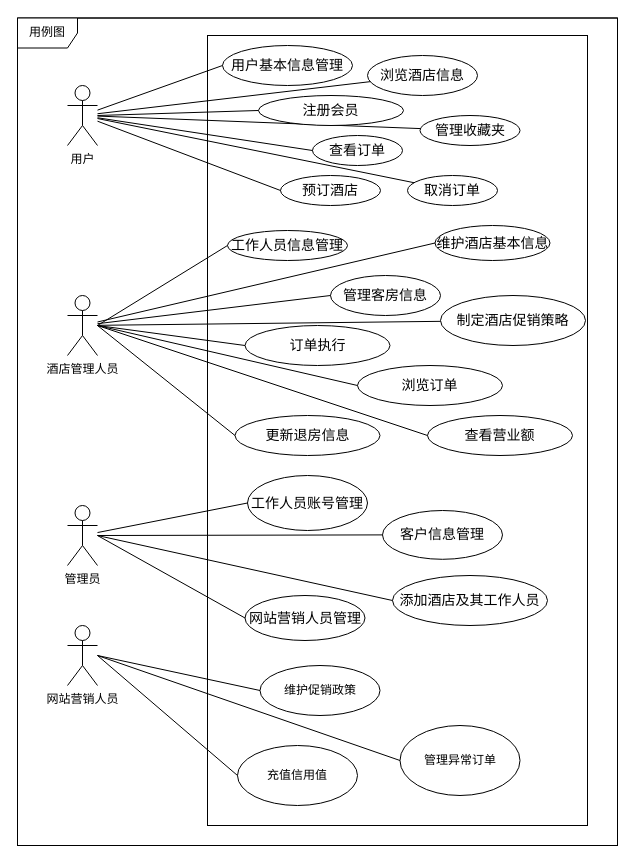
Before: docs/用例描述文档/图/源文件/用例图.drawio in Cynyard999/hotel-booking-system, a draw.io diagram. Source tidied: cells renumbered, new cells numbered last; positions are measured from the earlier drawing's top-left corner, leaving out a move shared by most shapes. Both pictures are drawn from the tidied source at 100%, with x=0, y=0 at pixel (17, 17).
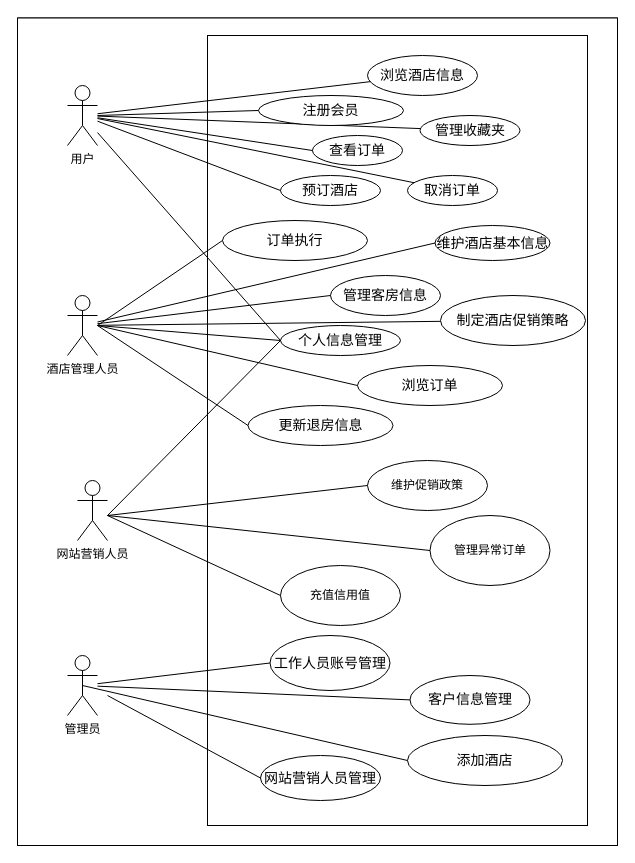
After the change.

Unchanged cells that the change refers to:
```xml
<mxCell id="3" value="用户" style="shape=umlActor;verticalLabelPosition=bottom;labelBackgroundColor=#ffffff;verticalAlign=top;html=1;outlineConnect=0;" parent="1" vertex="1">
  <mxGeometry x="50" y="68" width="30" height="60" as="geometry" />
</mxCell>
```

Change to the diagram source:
```diff
@@
+    <mxCell id="52" value="用例图" style="shape=umlFrame;whiteSpace=wrap;html=1;" parent="1" vertex="1">
+      <mxGeometry y="0.5" width="600" height="827.5" as="geometry" />
+    </mxCell>
@@
     <mxCell id="5" value="管理员" style="shape=umlActor;verticalLabelPosition=bottom;labelBackgroundColor=#ffffff;verticalAlign=top;html=1;outlineConnect=0;" parent="1" vertex="1">
-      <mxGeometry x="50" y="488" width="30" height="60" as="geometry" />
+      <mxGeometry x="50" y="638" width="30" height="60" as="geometry" />
     </mxCell>
@@
-    <mxCell id="7" value="&lt;font style=&quot;font-size: 14px&quot;&gt;用户基本信息管理&lt;/font&gt;" style="ellipse;whiteSpace=wrap;html=1;" parent="1" vertex="1">
-      <mxGeometry x="205" y="28" width="130" height="40" as="geometry" />
-    </mxCell>
@@
-    <mxCell id="13" style="endArrow=none;html=1;entryX=0;entryY=0.5;entryDx=0;entryDy=0;" parent="1" edge="1" source="3" target="7">
+    <mxCell id="13" style="endArrow=none;html=1;entryX=0;entryY=0.5;entryDx=0;entryDy=0;" parent="1" edge="1" source="3" target="19">
       <mxGeometry relative="1" as="geometry" />
     </mxCell>
@@
-    <mxCell id="19" value="&lt;font style=&quot;font-size: 14px&quot;&gt;工作人员信息管理&lt;/font&gt;" style="ellipse;whiteSpace=wrap;html=1;" parent="1" vertex="1">
-      <mxGeometry x="210" y="213" width="120" height="30" as="geometry" />
+    <mxCell id="19" value="&lt;font style=&quot;font-size: 14px&quot;&gt;个人信息管理&lt;/font&gt;" style="ellipse;whiteSpace=wrap;html=1;" parent="1" vertex="1">
+      <mxGeometry x="263" y="308" width="120" height="30" as="geometry" />
     </mxCell>
@@
     <mxCell id="23" value="&lt;font style=&quot;font-size: 14px&quot;&gt;工作人员账号管理&lt;/font&gt;" style="ellipse;whiteSpace=wrap;html=1;" parent="1" vertex="1">
-      <mxGeometry x="230" y="458" width="120" height="55" as="geometry" />
+      <mxGeometry x="252.5" y="618" width="120" height="55" as="geometry" />
     </mxCell>
     <mxCell id="24" value="&lt;font style=&quot;font-size: 14px&quot;&gt;客户信息管理&lt;/font&gt;" style="ellipse;whiteSpace=wrap;html=1;" parent="1" vertex="1">
-      <mxGeometry x="365" y="493" width="120" height="48.8" as="geometry" />
+      <mxGeometry x="392.5" y="658" width="120" height="48.8" as="geometry" />
     </mxCell>
@@
-    <mxCell id="30" style="endArrow=none;html=1;entryX=0;entryY=0.5;entryDx=0;entryDy=0;" parent="1" edge="1" target="24">
-      <mxGeometry relative="1" as="geometry">
-        <mxPoint x="80" y="518" as="sourcePoint" />
-      </mxGeometry>
+    <mxCell id="30" style="endArrow=none;html=1;entryX=0;entryY=0.5;entryDx=0;entryDy=0;" parent="1" edge="1" source="5" target="24">
+      <mxGeometry relative="1" as="geometry" />
     </mxCell>
     <mxCell id="31" value="网站营销人员" style="shape=umlActor;verticalLabelPosition=bottom;labelBackgroundColor=#ffffff;verticalAlign=top;html=1;" parent="1" vertex="1">
-      <mxGeometry x="50" y="608" width="30" height="60" as="geometry" />
+      <mxGeometry x="60" y="463" width="30" height="60" as="geometry" />
     </mxCell>
     <mxCell id="32" value="维护促销政策" style="ellipse;whiteSpace=wrap;html=1;" parent="1" vertex="1">
-      <mxGeometry x="242.5" y="648" width="120" height="50" as="geometry" />
+      <mxGeometry x="350" y="443" width="120" height="50" as="geometry" />
     </mxCell>
     <mxCell id="33" value="管理异常订单" style="ellipse;whiteSpace=wrap;html=1;" parent="1" vertex="1">
-      <mxGeometry x="382.5" y="708" width="120" height="70" as="geometry" />
+      <mxGeometry x="412.5" y="498" width="120" height="70" as="geometry" />
     </mxCell>
     <mxCell id="34" value="充值信用值" style="ellipse;whiteSpace=wrap;html=1;" parent="1" vertex="1">
-      <mxGeometry x="220" y="728" width="120" height="60" as="geometry" />
+      <mxGeometry x="263" y="548" width="120" height="60" as="geometry" />
     </mxCell>
-    <mxCell id="35" value="&lt;font style=&quot;font-size: 14px&quot;&gt;添加酒店及其工作人员&lt;/font&gt;" style="ellipse;whiteSpace=wrap;html=1;" parent="1" vertex="1">
-      <mxGeometry x="375" y="558" width="155" height="50" as="geometry" />
+    <mxCell id="35" value="&lt;font style=&quot;font-size: 14px&quot;&gt;添加酒店&lt;/font&gt;" style="ellipse;whiteSpace=wrap;html=1;" parent="1" vertex="1">
+      <mxGeometry x="390" y="718" width="155" height="50" as="geometry" />
     </mxCell>
     <mxCell id="36" value="&lt;font style=&quot;font-size: 14px&quot;&gt;网站营销人员管理&lt;/font&gt;" style="ellipse;whiteSpace=wrap;html=1;" parent="1" vertex="1">
-      <mxGeometry x="227.5" y="578" width="120" height="45" as="geometry" />
+      <mxGeometry x="243" y="738" width="120" height="45" as="geometry" />
     </mxCell>
     <mxCell id="37" value="&lt;font style=&quot;font-size: 14px&quot;&gt;更新退房信息&lt;br&gt;&lt;/font&gt;" style="ellipse;whiteSpace=wrap;html=1;" parent="1" vertex="1">
-      <mxGeometry x="217.5" y="398" width="145" height="40" as="geometry" />
+      <mxGeometry x="230.5" y="388" width="145" height="40" as="geometry" />
     </mxCell>
@@
     <mxCell id="39" value="&lt;font style=&quot;font-size: 14px&quot;&gt;订单执行&lt;/font&gt;" style="ellipse;whiteSpace=wrap;html=1;" parent="1" vertex="1">
-      <mxGeometry x="227.5" y="308" width="145" height="40" as="geometry" />
+      <mxGeometry x="205" y="203" width="145" height="40" as="geometry" />
     </mxCell>
-    <mxCell id="40" value="&lt;font style=&quot;font-size: 14px&quot;&gt;查看营业额&lt;/font&gt;" style="ellipse;whiteSpace=wrap;html=1;" parent="1" vertex="1">
-      <mxGeometry x="410" y="398" width="145" height="40" as="geometry" />
-    </mxCell>
@@
-    <mxCell id="46" style="endArrow=none;html=1;entryX=0;entryY=0.5;entryDx=0;entryDy=0;" parent="1" edge="1" target="40">
-      <mxGeometry relative="1" as="geometry">
-        <mxPoint x="80" y="308" as="sourcePoint" />
-      </mxGeometry>
-    </mxCell>
     <mxCell id="47" style="endArrow=none;html=1;entryX=0;entryY=0.5;entryDx=0;entryDy=0;" parent="1" edge="1" target="36">
       <mxGeometry relative="1" as="geometry">
-        <mxPoint x="80" y="518" as="sourcePoint" />
+        <mxPoint x="90" y="678" as="sourcePoint" />
       </mxGeometry>
     </mxCell>
-    <mxCell id="48" style="endArrow=none;html=1;entryX=0;entryY=0.5;entryDx=0;entryDy=0;" parent="1" edge="1" target="35">
-      <mxGeometry relative="1" as="geometry">
-        <mxPoint x="80" y="518" as="sourcePoint" />
-      </mxGeometry>
+    <mxCell id="48" style="endArrow=none;html=1;entryX=0;entryY=0.5;entryDx=0;entryDy=0;exitX=0.5;exitY=0.5;exitDx=0;exitDy=0;exitPerimeter=0;" parent="1" edge="1" source="5" target="35">
+      <mxGeometry relative="1" as="geometry" />
     </mxCell>
     <mxCell id="49" style="endArrow=none;html=1;entryX=0;entryY=0.5;entryDx=0;entryDy=0;" parent="1" edge="1" target="32">
       <mxGeometry relative="1" as="geometry">
-        <mxPoint x="80" y="638" as="sourcePoint" />
+        <mxPoint x="90" y="498" as="sourcePoint" />
       </mxGeometry>
     </mxCell>
     <mxCell id="50" style="endArrow=none;html=1;entryX=0;entryY=0.5;entryDx=0;entryDy=0;" parent="1" edge="1" target="34">
       <mxGeometry relative="1" as="geometry">
-        <mxPoint x="80" y="638" as="sourcePoint" />
+        <mxPoint x="90" y="498" as="sourcePoint" />
       </mxGeometry>
     </mxCell>
     <mxCell id="51" style="endArrow=none;html=1;entryX=0;entryY=0.5;entryDx=0;entryDy=0;" parent="1" edge="1" target="33">
       <mxGeometry relative="1" as="geometry">
-        <mxPoint x="80" y="638" as="sourcePoint" />
+        <mxPoint x="90" y="498" as="sourcePoint" />
       </mxGeometry>
     </mxCell>
-    <mxCell id="52" value="用例图" style="shape=umlFrame;whiteSpace=wrap;html=1;" parent="1" vertex="1">
-      <mxGeometry y="0.5" width="600" height="827.5" as="geometry" />
-    </mxCell>
+    <mxCell id="53" style="endArrow=none;html=1;entryX=0;entryY=0.5;entryDx=0;entryDy=0;" parent="1" edge="1" target="19">
+      <mxGeometry relative="1" as="geometry">
+        <mxPoint x="90" y="498" as="sourcePoint" />
+      </mxGeometry>
+    </mxCell>
```
